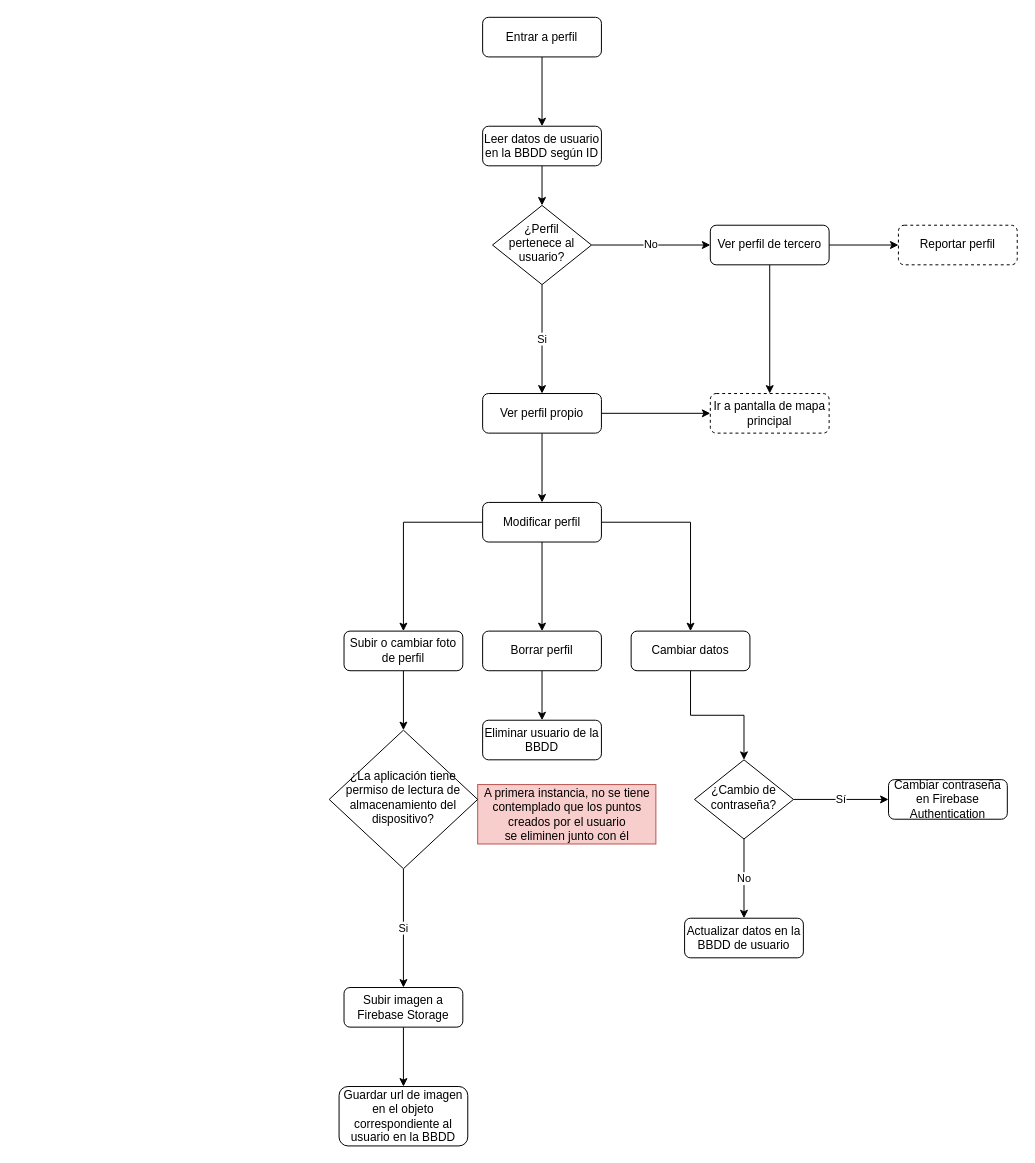
Lea23VC/MapApp keeps this draw.io diagram as Profile.drawio. Above is the earlier version. Source tidied: cells renumbered, new cells numbered last; positions are measured from the earlier drawing's top-left corner, leaving out a move shared by most shapes. Both pictures are drawn from the tidied source at 99%, with x=0, y=0 at pixel (329, 17).
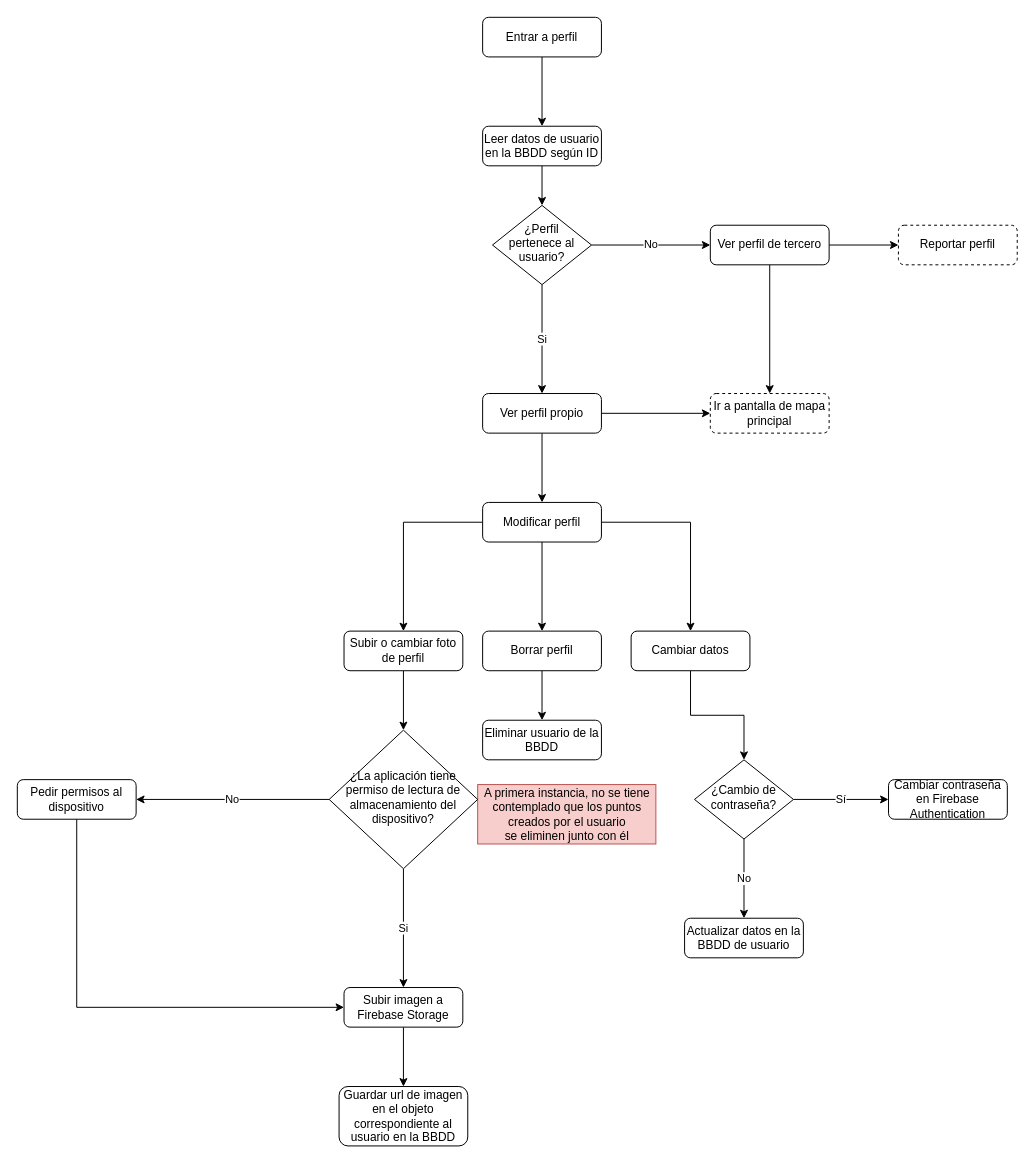
The same page after the edit.

The change refers to these unchanged cells:
```xml
<mxCell id="29" value="¿La aplicación tiene permiso de lectura de almacenamiento del dispositivo?" style="rhombus;whiteSpace=wrap;html=1;shadow=0;fontFamily=Helvetica;fontSize=12;align=center;strokeWidth=1;spacing=6;spacingTop=-4;" parent="1" vertex="1">
  <mxGeometry y="720" width="150" height="140" as="geometry" />
</mxCell>
<mxCell id="31" value="Subir imagen a Firebase Storage" style="rounded=1;whiteSpace=wrap;html=1;fontSize=12;glass=0;strokeWidth=1;shadow=0;" parent="1" vertex="1">
  <mxGeometry x="15" y="980" width="120" height="40" as="geometry" />
</mxCell>
```

Diff of the diagram source:
```diff
@@
+    <mxCell id="39" value="No" style="edgeStyle=orthogonalEdgeStyle;rounded=0;jettySize=auto;html=1;" parent="1" edge="1" source="29" target="41">
+      <mxGeometry relative="1" as="geometry" />
+    </mxCell>
@@
+    <mxCell id="40" style="edgeStyle=orthogonalEdgeStyle;rounded=0;jettySize=auto;html=1;entryX=0;entryY=0.5;entryDx=0;entryDy=0;" parent="1" edge="1" source="41" target="31">
+      <mxGeometry relative="1" as="geometry">
+        <Array as="points">
+          <mxPoint x="-255" y="1000" />
+        </Array>
+      </mxGeometry>
+    </mxCell>
+    <mxCell id="41" value="Pedir permisos al dispositivo" style="rounded=1;whiteSpace=wrap;html=1;fontSize=12;glass=0;strokeWidth=1;shadow=0;" parent="1" vertex="1">
+      <mxGeometry x="-315" y="770" width="120" height="40" as="geometry" />
+    </mxCell>
```
